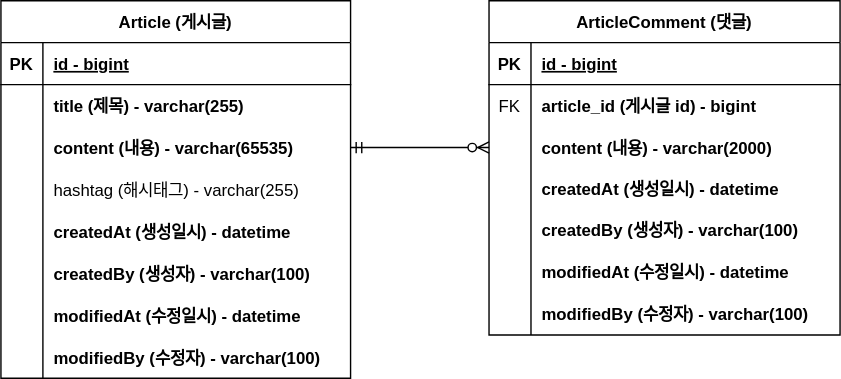
SungACho/backend-project-board keeps this draw.io diagram as document/project-board-erd.svg. Above is the earlier version. Source tidied: cells renumbered, new cells last; positions are measured from the earlier drawing's top-left corner, leaving out a move shared by most shapes.
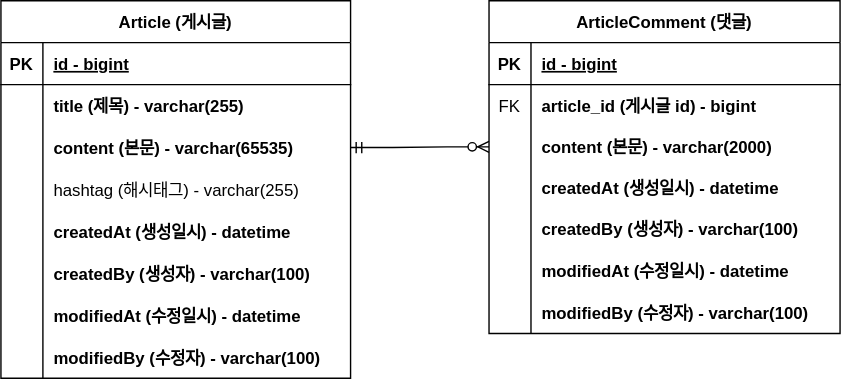
The same diagram one commit later.

Commit message:
#6 - ERD 주석 업데이트 : project-board-erd.svg

Change to the diagram source:
```diff
@@ -29,7 +29,7 @@
     <mxCell id="10" style="shape=partialRectangle;overflow=hidden;fillColor=none;top=0;left=0;bottom=0;right=0;" parent="9" vertex="1">
       <mxGeometry width="30" height="30" as="geometry" />
     </mxCell>
-    <mxCell id="11" value="content (내용) - varchar(65535)" style="shape=partialRectangle;overflow=hidden;fillColor=none;top=0;left=0;bottom=0;right=0;align=left;spacingLeft=6;fontStyle=1;" parent="9" vertex="1">
+    <mxCell id="11" value="content (본문) - varchar(65535)" style="shape=partialRectangle;overflow=hidden;fillColor=none;top=0;left=0;bottom=0;right=0;align=left;spacingLeft=6;fontStyle=1;" parent="9" vertex="1">
       <mxGeometry x="30" width="220" height="30" as="geometry" />
     </mxCell>
     <mxCell id="12" style="shape=partialRectangle;fillColor=none;top=0;left=0;right=0;bottom=0;" parent="2" vertex="1">
@@ -78,7 +78,7 @@
       <mxGeometry x="30" width="220" height="30" as="geometry" />
     </mxCell>
     <mxCell id="27" value="ArticleComment (댓글)" style="shape=table;startSize=30;rowLines=0;fontStyle=1;align=center;" parent="1" vertex="1">
-      <mxGeometry x="349" width="251" height="239" as="geometry" />
+      <mxGeometry x="349" width="251" height="238" as="geometry" />
     </mxCell>
     <mxCell id="28" style="shape=partialRectangle;fillColor=none;top=0;left=0;right=0;bottom=1;" parent="27" vertex="1">
       <mxGeometry y="30" width="251" height="30" as="geometry" />
@@ -99,16 +99,16 @@
       <mxGeometry x="30" width="221" height="30" as="geometry" />
     </mxCell>
     <mxCell id="34" style="shape=partialRectangle;fillColor=none;points=[[0,0.5],[1,0.5]];portConstraint=eastwest;top=0;left=0;right=0;bottom=0;" parent="27" vertex="1">
-      <mxGeometry y="90" width="251" height="30" as="geometry" />
+      <mxGeometry y="90" width="251" height="29" as="geometry" />
     </mxCell>
     <mxCell id="35" style="shape=partialRectangle;overflow=hidden;fillColor=none;top=0;left=0;bottom=0;right=0;" parent="34" vertex="1">
-      <mxGeometry width="30" height="30" as="geometry" />
+      <mxGeometry width="30" height="29" as="geometry" />
     </mxCell>
-    <mxCell id="36" value="content (내용) - varchar(2000)" style="shape=partialRectangle;overflow=hidden;fillColor=none;top=0;left=0;bottom=0;right=0;align=left;spacingLeft=6;fontStyle=1;" parent="34" vertex="1">
-      <mxGeometry x="30" width="221" height="30" as="geometry" />
+    <mxCell id="36" value="content (본문) - varchar(2000)" style="shape=partialRectangle;overflow=hidden;fillColor=none;top=0;left=0;bottom=0;right=0;align=left;spacingLeft=6;fontStyle=1;" parent="34" vertex="1">
+      <mxGeometry x="30" width="221" height="29" as="geometry" />
     </mxCell>
     <mxCell id="37" style="shape=partialRectangle;fillColor=none;top=0;left=0;right=0;bottom=0;" parent="27" vertex="1">
-      <mxGeometry y="120" width="251" height="29" as="geometry" />
+      <mxGeometry y="119" width="251" height="29" as="geometry" />
     </mxCell>
     <mxCell id="38" style="shape=partialRectangle;overflow=hidden;fillColor=none;top=0;left=0;bottom=0;right=0;" parent="37" vertex="1">
       <mxGeometry width="30" height="29" as="geometry" />
@@ -117,7 +117,7 @@
       <mxGeometry x="30" width="221" height="29" as="geometry" />
     </mxCell>
     <mxCell id="40" style="shape=partialRectangle;fillColor=none;top=0;left=0;right=0;bottom=0;" parent="27" vertex="1">
-      <mxGeometry y="149" width="251" height="30" as="geometry" />
+      <mxGeometry y="148" width="251" height="30" as="geometry" />
     </mxCell>
     <mxCell id="41" style="shape=partialRectangle;overflow=hidden;fillColor=none;top=0;left=0;bottom=0;right=0;" parent="40" vertex="1">
       <mxGeometry width="30" height="30" as="geometry" />
@@ -126,7 +126,7 @@
       <mxGeometry x="30" width="221" height="30" as="geometry" />
     </mxCell>
     <mxCell id="43" style="shape=partialRectangle;fillColor=none;top=0;left=0;right=0;bottom=0;" parent="27" vertex="1">
-      <mxGeometry y="179" width="251" height="30" as="geometry" />
+      <mxGeometry y="178" width="251" height="30" as="geometry" />
     </mxCell>
     <mxCell id="44" style="shape=partialRectangle;overflow=hidden;fillColor=none;top=0;left=0;bottom=0;right=0;" parent="43" vertex="1">
       <mxGeometry width="30" height="30" as="geometry" />
@@ -135,7 +135,7 @@
       <mxGeometry x="30" width="221" height="30" as="geometry" />
     </mxCell>
     <mxCell id="46" style="shape=partialRectangle;fillColor=none;top=0;left=0;right=0;bottom=0;" parent="27" vertex="1">
-      <mxGeometry y="209" width="251" height="30" as="geometry" />
+      <mxGeometry y="208" width="251" height="30" as="geometry" />
     </mxCell>
     <mxCell id="47" style="shape=partialRectangle;overflow=hidden;fillColor=none;top=0;left=0;bottom=0;right=0;" parent="46" vertex="1">
       <mxGeometry width="30" height="30" as="geometry" />
```
